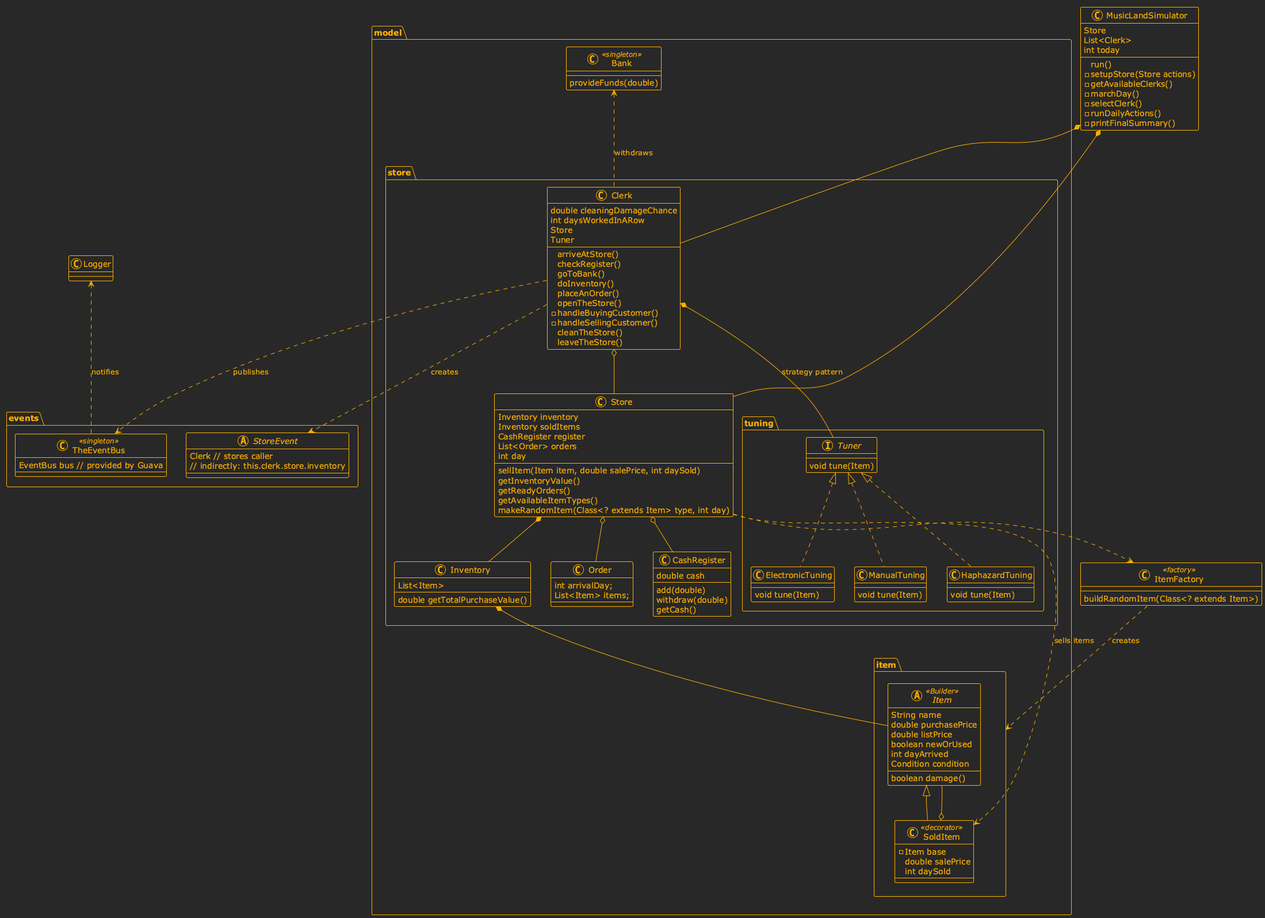
Above: src/main/java/ooad/project3/assets/overallDesignUML.png in simondoesstuff/ooad-2025 (PlantUML), before the change.
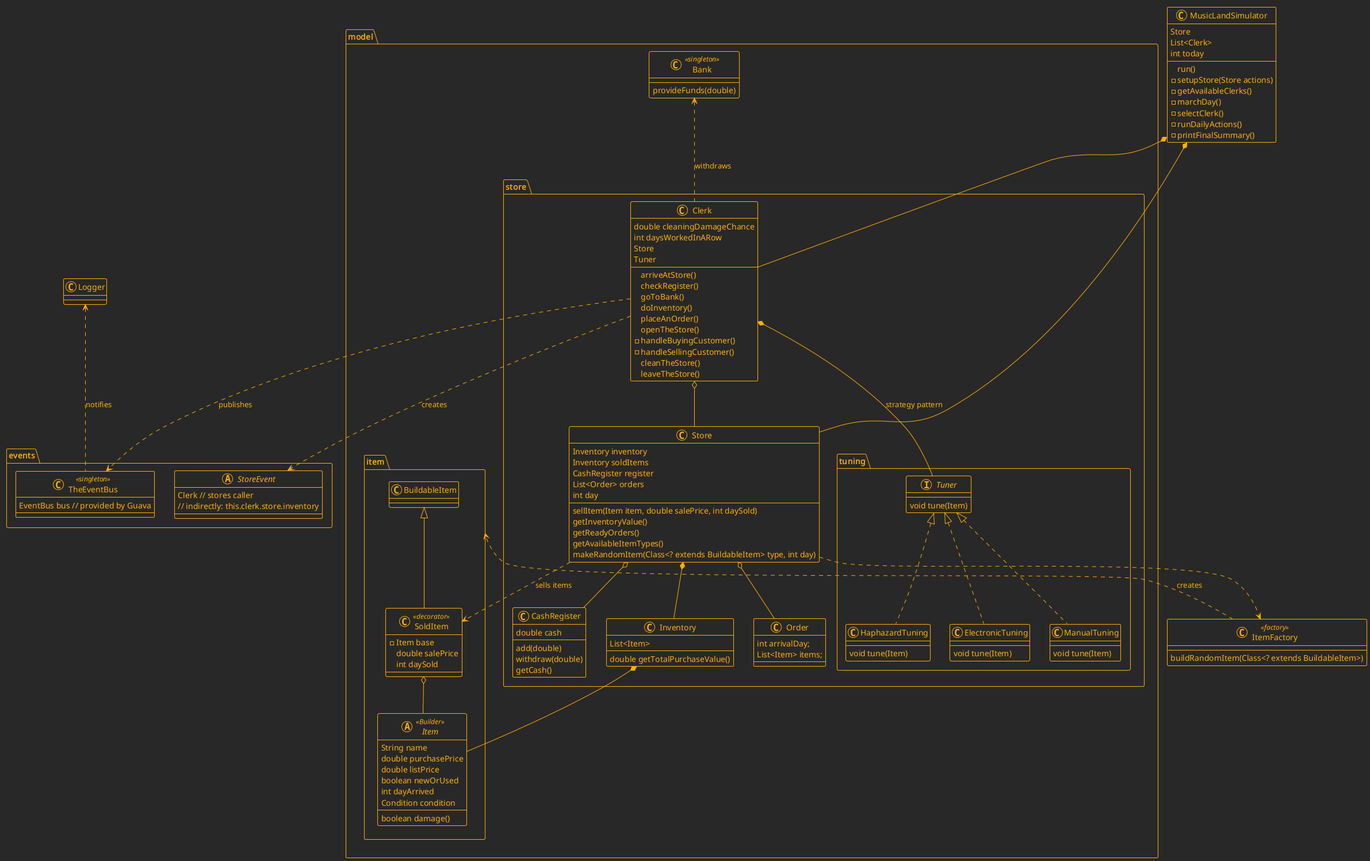
After the change.

Diff of the diagram source:
```diff
@@ -23,7 +23,7 @@
     }
 
 
-    class SoldItem <<decorator>> extends Item {
+    class SoldItem <<decorator>> extends BuildableItem {
       - Item base
       double salePrice
       int daySold
@@ -44,7 +44,7 @@
       getInventoryValue()
       getReadyOrders()
       getAvailableItemTypes()
-      makeRandomItem(Class<? extends Item> type, int day)
+      makeRandomItem(Class<? extends BuildableItem> type, int day)
     }
 
     class Inventory {
@@ -137,7 +137,7 @@
 }
 
 class ItemFactory <<factory>> {
-  buildRandomItem(Class<? extends Item>)
+  buildRandomItem(Class<? extends BuildableItem>)
 }
 
 class MusicLandSimulator {
```
